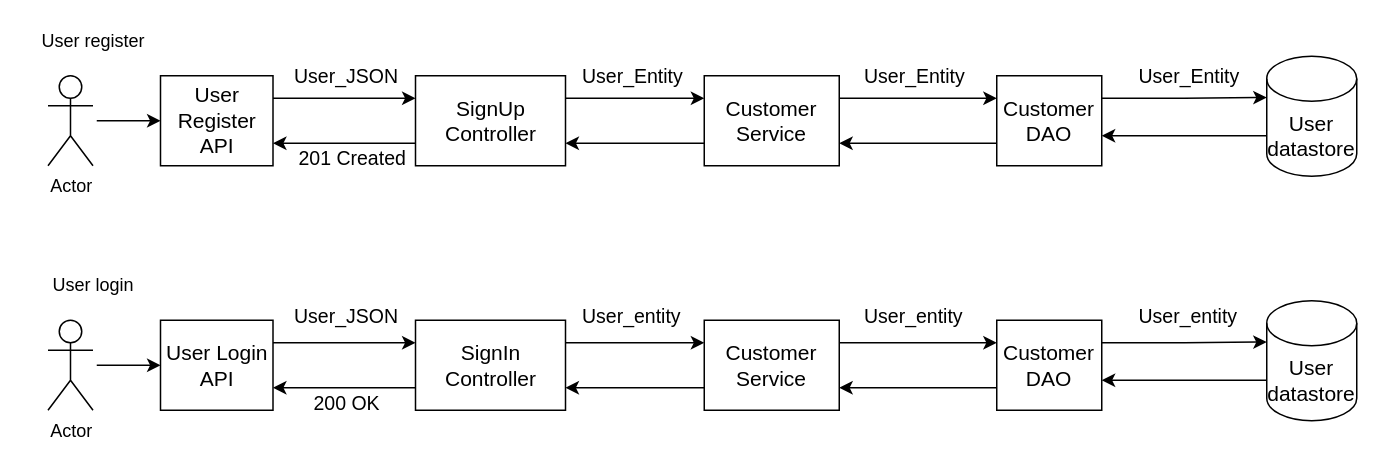
The draw.io diagram page "User Service" (3 of 6) of Designdiagram/SystemOverview.drawio in laifukun/FLAGCamp-Design, before the edit. Source tidied: cells renumbered, new cells numbered last; positions are measured from the earlier drawing's top-left corner, leaving out a move shared by most shapes. Both pictures are drawn from the tidied source at 150%, with x=0, y=0 at pixel (24, 26).
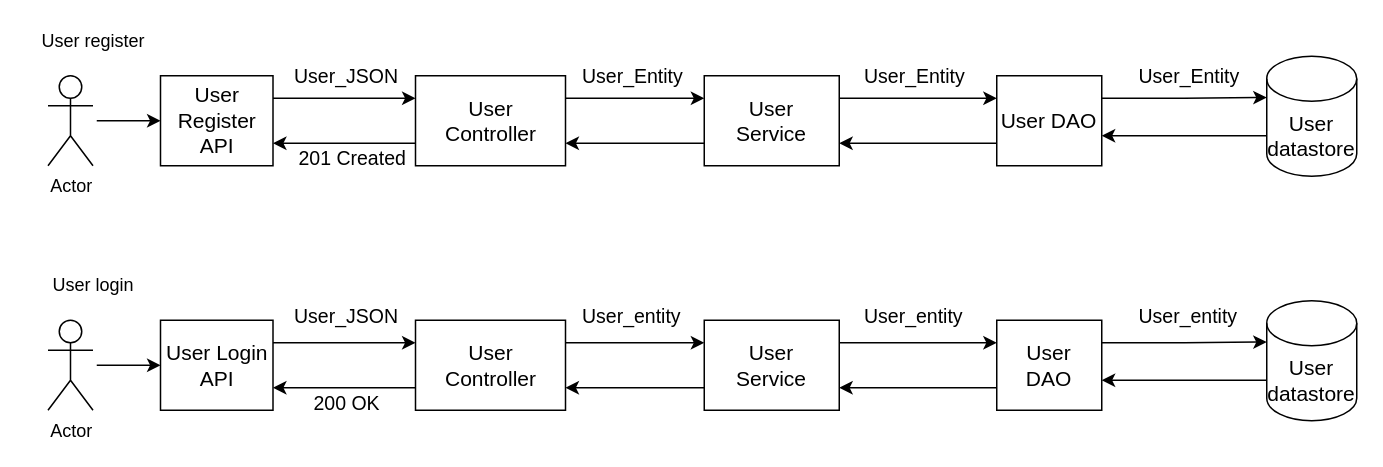
The same diagram, later.

Change to the diagram source:
```diff
@@
-    <mxCell id="9" value="SignUp&lt;br&gt;Controller" style="rounded=0;whiteSpace=wrap;html=1;fontSize=14;" parent="1" vertex="1">
+    <mxCell id="9" value="User&lt;br&gt;Controller" style="rounded=0;whiteSpace=wrap;html=1;fontSize=14;" parent="1" vertex="1">
       <mxGeometry x="260.5" y="33" width="100" height="60" as="geometry" />
     </mxCell>
@@
-    <mxCell id="11" value="Customer&lt;br&gt;Service" style="rounded=0;whiteSpace=wrap;html=1;fontSize=14;" parent="1" vertex="1">
+    <mxCell id="11" value="User&lt;br&gt;Service" style="rounded=0;whiteSpace=wrap;html=1;fontSize=14;" parent="1" vertex="1">
       <mxGeometry x="453" y="33" width="90" height="60" as="geometry" />
     </mxCell>
@@
-    <mxCell id="14" value="Customer&lt;br&gt;DAO" style="rounded=0;whiteSpace=wrap;html=1;fontSize=14;" parent="1" vertex="1">
+    <mxCell id="14" value="User DAO" style="rounded=0;whiteSpace=wrap;html=1;fontSize=14;" parent="1" vertex="1">
       <mxGeometry x="648" y="33" width="70" height="60" as="geometry" />
     </mxCell>
@@
-    <mxCell id="26" value="SignIn&lt;br&gt;Controller" style="rounded=0;whiteSpace=wrap;html=1;fontSize=14;" parent="1" vertex="1">
+    <mxCell id="26" value="User&lt;br&gt;Controller" style="rounded=0;whiteSpace=wrap;html=1;fontSize=14;" parent="1" vertex="1">
       <mxGeometry x="260.5" y="196" width="100" height="60" as="geometry" />
     </mxCell>
@@
-    <mxCell id="28" value="Customer&lt;br&gt;Service" style="rounded=0;whiteSpace=wrap;html=1;fontSize=14;" parent="1" vertex="1">
+    <mxCell id="28" value="User&lt;br&gt;Service" style="rounded=0;whiteSpace=wrap;html=1;fontSize=14;" parent="1" vertex="1">
       <mxGeometry x="453" y="196" width="90" height="60" as="geometry" />
     </mxCell>
@@
-    <mxCell id="31" value="Customer&lt;br&gt;DAO" style="rounded=0;whiteSpace=wrap;html=1;fontSize=14;" parent="1" vertex="1">
+    <mxCell id="31" value="User&lt;br&gt;DAO" style="rounded=0;whiteSpace=wrap;html=1;fontSize=14;" parent="1" vertex="1">
       <mxGeometry x="648" y="196" width="70" height="60" as="geometry" />
     </mxCell>
```
